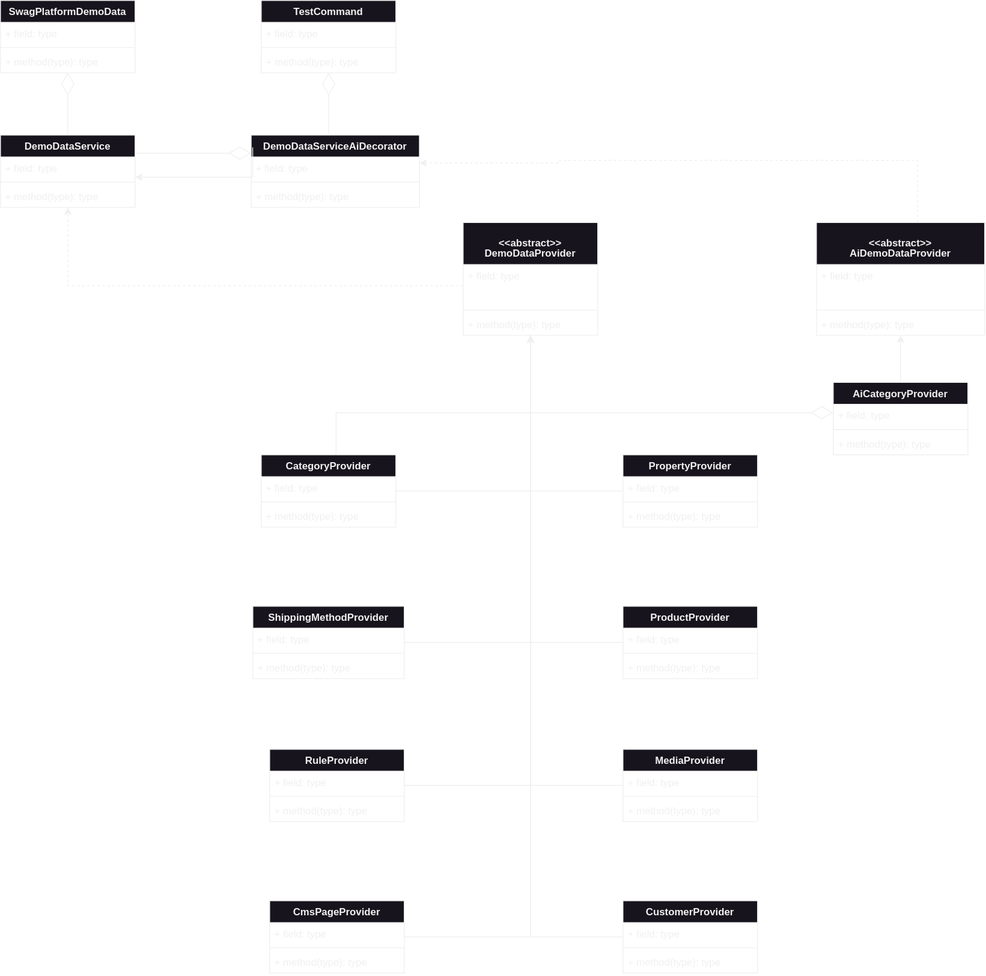
The draw.io diagram dev/DigaADD Class Diagram Decorationg.drawio.svg in ditegra-GmbH/SwagPlatformDemoData, before a commit. Source tidied: cells renumbered, new cells last; positions are measured from the earlier drawing's top-left corner, leaving out a move shared by most shapes.
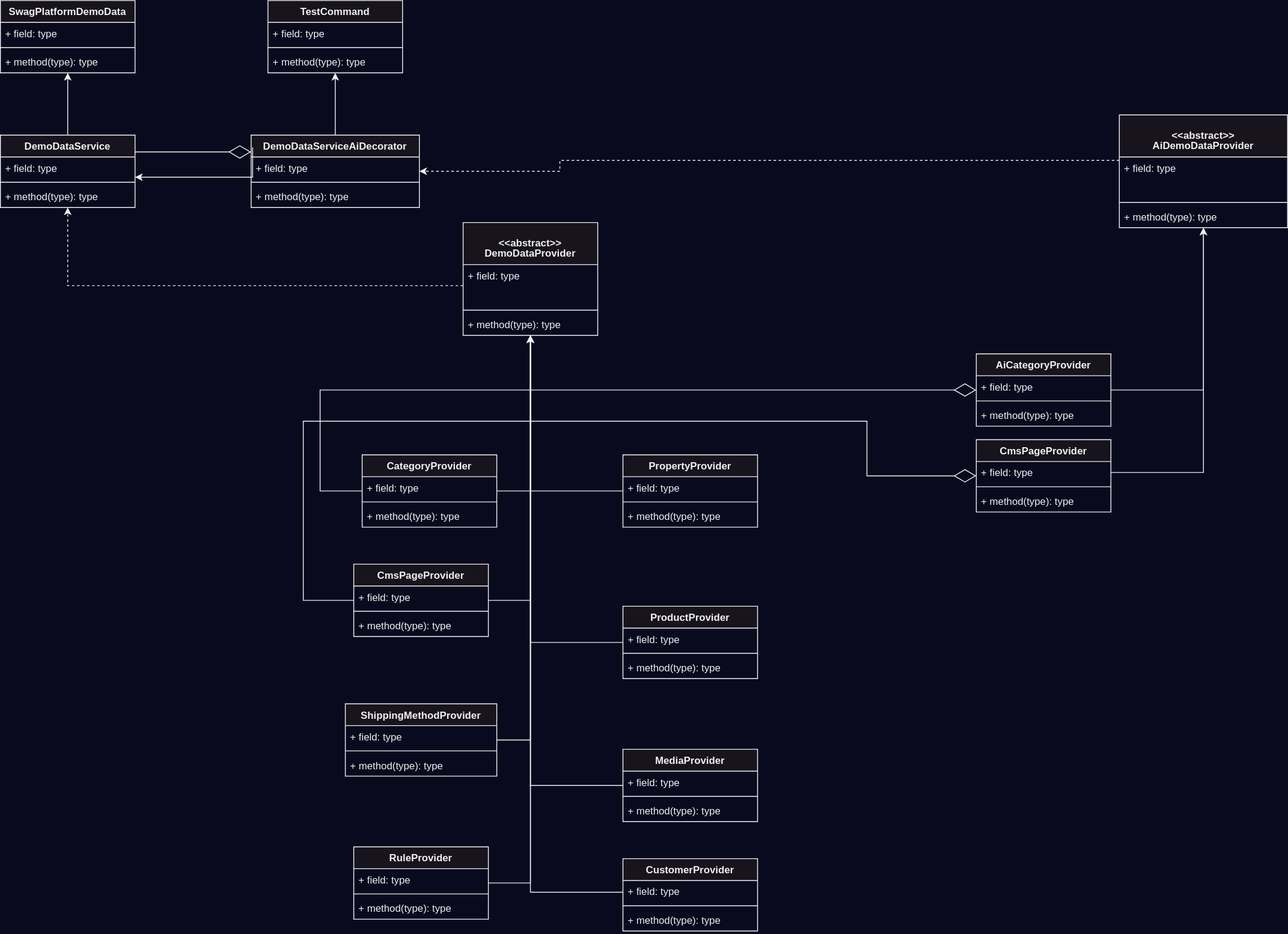
Above is the later version.

Change to the diagram source:
```diff
@@ -14,6 +14,9 @@
     <mxCell id="5" value="+ method(type): type" style="text;strokeColor=none;fillColor=none;align=left;verticalAlign=top;spacingLeft=4;spacingRight=4;overflow=hidden;whiteSpace=wrap;html=1;" parent="2" vertex="1">
       <mxGeometry y="60" width="160" height="26" as="geometry" />
     </mxCell>
+    <mxCell id="69" style="edgeStyle=orthogonalEdgeStyle;rounded=0;jettySize=auto;html=1;" parent="1" edge="1" source="6" target="2">
+      <mxGeometry relative="1" as="geometry" />
+    </mxCell>
     <mxCell id="6" value="DemoDataService" style="swimlane;fontStyle=1;align=center;verticalAlign=top;horizontal=1;startSize=26;whiteSpace=wrap;html=1;" parent="1" vertex="1">
       <mxGeometry y="160" width="160" height="86" as="geometry" />
     </mxCell>
@@ -39,10 +42,14 @@
       <mxGeometry y="108" width="160" height="26" as="geometry" />
     </mxCell>
     <mxCell id="14" style="edgeStyle=orthogonalEdgeStyle;rounded=0;jettySize=auto;html=1;" parent="1" edge="1" source="15" target="10">
-      <mxGeometry relative="1" as="geometry" />
+      <mxGeometry relative="1" as="geometry">
+        <Array as="points">
+          <mxPoint x="630" y="583" />
+        </Array>
+      </mxGeometry>
     </mxCell>
     <mxCell id="15" value="CategoryProvider" style="swimlane;fontStyle=1;align=center;verticalAlign=top;horizontal=1;startSize=26;whiteSpace=wrap;html=1;" parent="1" vertex="1">
-      <mxGeometry x="310" y="540" width="160" height="86" as="geometry" />
+      <mxGeometry x="430" y="540" width="160" height="86" as="geometry" />
     </mxCell>
     <mxCell id="16" value="+ field: type" style="text;strokeColor=none;fillColor=none;align=left;verticalAlign=top;spacingLeft=4;spacingRight=4;overflow=hidden;whiteSpace=wrap;html=1;" parent="15" vertex="1">
       <mxGeometry y="26" width="160" height="26" as="geometry" />
@@ -54,10 +61,14 @@
       <mxGeometry y="60" width="160" height="26" as="geometry" />
     </mxCell>
     <mxCell id="19" style="edgeStyle=orthogonalEdgeStyle;rounded=0;jettySize=auto;html=1;" parent="1" edge="1" source="20" target="10">
-      <mxGeometry relative="1" as="geometry" />
+      <mxGeometry relative="1" as="geometry">
+        <Array as="points">
+          <mxPoint x="630" y="713" />
+        </Array>
+      </mxGeometry>
     </mxCell>
     <mxCell id="20" value="CmsPageProvider" style="swimlane;fontStyle=1;align=center;verticalAlign=top;horizontal=1;startSize=26;whiteSpace=wrap;html=1;" parent="1" vertex="1">
-      <mxGeometry x="320" y="1070" width="160" height="86" as="geometry" />
+      <mxGeometry x="420" y="670" width="160" height="86" as="geometry" />
     </mxCell>
     <mxCell id="21" value="+ field: type" style="text;strokeColor=none;fillColor=none;align=left;verticalAlign=top;spacingLeft=4;spacingRight=4;overflow=hidden;whiteSpace=wrap;html=1;" parent="20" vertex="1">
       <mxGeometry y="26" width="160" height="26" as="geometry" />
@@ -69,10 +80,14 @@
       <mxGeometry y="60" width="160" height="26" as="geometry" />
     </mxCell>
     <mxCell id="24" style="edgeStyle=orthogonalEdgeStyle;rounded=0;jettySize=auto;html=1;" parent="1" edge="1" source="25" target="10">
-      <mxGeometry relative="1" as="geometry" />
+      <mxGeometry relative="1" as="geometry">
+        <Array as="points">
+          <mxPoint x="630" y="1060" />
+        </Array>
+      </mxGeometry>
     </mxCell>
     <mxCell id="25" value="CustomerProvider" style="swimlane;fontStyle=1;align=center;verticalAlign=top;horizontal=1;startSize=26;whiteSpace=wrap;html=1;" parent="1" vertex="1">
-      <mxGeometry x="740" y="1070" width="160" height="86" as="geometry" />
+      <mxGeometry x="740" y="1020" width="160" height="86" as="geometry" />
     </mxCell>
     <mxCell id="26" value="+ field: type" style="text;strokeColor=none;fillColor=none;align=left;verticalAlign=top;spacingLeft=4;spacingRight=4;overflow=hidden;whiteSpace=wrap;html=1;" parent="25" vertex="1">
       <mxGeometry y="26" width="160" height="26" as="geometry" />
@@ -129,10 +144,14 @@
       <mxGeometry y="60" width="160" height="26" as="geometry" />
     </mxCell>
     <mxCell id="44" style="edgeStyle=orthogonalEdgeStyle;rounded=0;jettySize=auto;html=1;" parent="1" edge="1" source="45" target="10">
-      <mxGeometry relative="1" as="geometry" />
+      <mxGeometry relative="1" as="geometry">
+        <Array as="points">
+          <mxPoint x="630" y="1049" />
+        </Array>
+      </mxGeometry>
     </mxCell>
     <mxCell id="45" value="RuleProvider" style="swimlane;fontStyle=1;align=center;verticalAlign=top;horizontal=1;startSize=26;whiteSpace=wrap;html=1;" parent="1" vertex="1">
-      <mxGeometry x="320" y="890" width="160" height="86" as="geometry" />
+      <mxGeometry x="420" y="1006" width="160" height="86" as="geometry" />
     </mxCell>
     <mxCell id="46" value="+ field: type" style="text;strokeColor=none;fillColor=none;align=left;verticalAlign=top;spacingLeft=4;spacingRight=4;overflow=hidden;whiteSpace=wrap;html=1;" parent="45" vertex="1">
       <mxGeometry y="26" width="160" height="26" as="geometry" />
@@ -144,10 +163,14 @@
       <mxGeometry y="60" width="160" height="26" as="geometry" />
     </mxCell>
     <mxCell id="49" style="edgeStyle=orthogonalEdgeStyle;rounded=0;jettySize=auto;html=1;" parent="1" edge="1" source="50" target="10">
-      <mxGeometry relative="1" as="geometry" />
+      <mxGeometry relative="1" as="geometry">
+        <Array as="points">
+          <mxPoint x="630" y="879" />
+        </Array>
+      </mxGeometry>
     </mxCell>
     <mxCell id="50" value="ShippingMethodProvider" style="swimlane;fontStyle=1;align=center;verticalAlign=top;horizontal=1;startSize=26;whiteSpace=wrap;html=1;" parent="1" vertex="1">
-      <mxGeometry x="300" y="720" width="180" height="86" as="geometry" />
+      <mxGeometry x="410" y="836" width="180" height="86" as="geometry" />
     </mxCell>
     <mxCell id="51" value="+ field: type" style="text;strokeColor=none;fillColor=none;align=left;verticalAlign=top;spacingLeft=4;spacingRight=4;overflow=hidden;whiteSpace=wrap;html=1;" parent="50" vertex="1">
       <mxGeometry y="26" width="180" height="26" as="geometry" />
@@ -162,7 +185,7 @@
       <mxGeometry relative="1" as="geometry" />
     </mxCell>
     <mxCell id="55" value="AiCategoryProvider" style="swimlane;fontStyle=1;align=center;verticalAlign=top;horizontal=1;startSize=26;whiteSpace=wrap;html=1;" parent="1" vertex="1">
-      <mxGeometry x="990" y="454" width="160" height="86" as="geometry" />
+      <mxGeometry x="1160" y="420" width="160" height="86" as="geometry" />
     </mxCell>
     <mxCell id="56" value="+ field: type" style="text;strokeColor=none;fillColor=none;align=left;verticalAlign=top;spacingLeft=4;spacingRight=4;overflow=hidden;whiteSpace=wrap;html=1;" parent="55" vertex="1">
       <mxGeometry y="26" width="160" height="26" as="geometry" />
@@ -176,14 +199,14 @@
     <mxCell id="59" style="edgeStyle=orthogonalEdgeStyle;rounded=0;jettySize=auto;html=1;dashed=1;" parent="1" edge="1" source="60" target="65">
       <mxGeometry relative="1" as="geometry">
         <Array as="points">
-          <mxPoint x="1090" y="190" />
+          <mxPoint x="1250" y="190" />
           <mxPoint x="665" y="190" />
           <mxPoint x="665" y="193" />
         </Array>
       </mxGeometry>
     </mxCell>
     <mxCell id="60" value="&lt;p style=&quot;line-height: 100%;&quot;&gt;&amp;lt;&amp;lt;abstract&amp;gt;&amp;gt;&lt;br&gt;AiDemoDataProvider&lt;br&gt;&lt;/p&gt;" style="swimlane;fontStyle=1;align=center;verticalAlign=top;horizontal=1;startSize=50;whiteSpace=wrap;html=1;" parent="1" vertex="1">
-      <mxGeometry x="970" y="264" width="200" height="134" as="geometry" />
+      <mxGeometry x="1330" y="136" width="200" height="134" as="geometry" />
     </mxCell>
     <mxCell id="61" value="+ field: type" style="text;strokeColor=none;fillColor=none;align=left;verticalAlign=top;spacingLeft=4;spacingRight=4;overflow=hidden;whiteSpace=wrap;html=1;" parent="60" vertex="1">
       <mxGeometry y="50" width="200" height="50" as="geometry" />
@@ -197,6 +220,9 @@
     <mxCell id="64" style="edgeStyle=orthogonalEdgeStyle;rounded=0;jettySize=auto;html=1;dashed=1;" parent="1" edge="1" source="11" target="6">
       <mxGeometry relative="1" as="geometry" />
     </mxCell>
+    <mxCell id="76" style="edgeStyle=orthogonalEdgeStyle;rounded=0;jettySize=auto;html=1;" parent="1" edge="1" source="65" target="72">
+      <mxGeometry relative="1" as="geometry" />
+    </mxCell>
     <mxCell id="65" value="DemoDataServiceAiDecorator" style="swimlane;fontStyle=1;align=center;verticalAlign=top;horizontal=1;startSize=26;whiteSpace=wrap;html=1;" parent="1" vertex="1">
       <mxGeometry x="298" y="160" width="200" height="86" as="geometry" />
     </mxCell>
@@ -209,9 +235,6 @@
     <mxCell id="68" value="+ method(type): type" style="text;strokeColor=none;fillColor=none;align=left;verticalAlign=top;spacingLeft=4;spacingRight=4;overflow=hidden;whiteSpace=wrap;html=1;" parent="65" vertex="1">
       <mxGeometry y="60" width="200" height="26" as="geometry" />
     </mxCell>
-    <mxCell id="69" style="endArrow=diamondThin;endFill=0;endSize=24;html=1;rounded=0;edgeStyle=orthogonalEdgeStyle;" parent="1" edge="1" source="6" target="2">
-      <mxGeometry relative="1" as="geometry" />
-    </mxCell>
     <mxCell id="70" style="edgeStyle=orthogonalEdgeStyle;rounded=0;jettySize=auto;html=1;exitX=0.009;exitY=0.17;exitDx=0;exitDy=0;exitPerimeter=0;" parent="1" edge="1" source="65" target="6">
       <mxGeometry relative="1" as="geometry">
         <Array as="points">
@@ -227,7 +250,7 @@
       </mxGeometry>
     </mxCell>
     <mxCell id="72" value="TestCommand" style="swimlane;fontStyle=1;align=center;verticalAlign=top;horizontal=1;startSize=26;whiteSpace=wrap;html=1;" parent="1" vertex="1">
-      <mxGeometry x="310" width="160" height="86" as="geometry" />
+      <mxGeometry x="318" width="160" height="86" as="geometry" />
     </mxCell>
     <mxCell id="73" value="+ field: type" style="text;strokeColor=none;fillColor=none;align=left;verticalAlign=top;spacingLeft=4;spacingRight=4;overflow=hidden;whiteSpace=wrap;html=1;" parent="72" vertex="1">
       <mxGeometry y="26" width="160" height="26" as="geometry" />
@@ -238,20 +261,38 @@
     <mxCell id="75" value="+ method(type): type" style="text;strokeColor=none;fillColor=none;align=left;verticalAlign=top;spacingLeft=4;spacingRight=4;overflow=hidden;whiteSpace=wrap;html=1;" parent="72" vertex="1">
       <mxGeometry y="60" width="160" height="26" as="geometry" />
     </mxCell>
-    <mxCell id="76" style="endArrow=diamondThin;endFill=0;endSize=24;html=1;rounded=0;edgeStyle=orthogonalEdgeStyle;" parent="1" edge="1" source="65" target="72">
-      <mxGeometry relative="1" as="geometry">
-        <Array as="points">
-          <mxPoint x="390" y="130" />
-          <mxPoint x="390" y="130" />
-        </Array>
-      </mxGeometry>
-    </mxCell>
     <mxCell id="77" style="endArrow=diamondThin;endFill=0;endSize=24;html=1;rounded=0;edgeStyle=orthogonalEdgeStyle;" parent="1" edge="1" source="15" target="55">
       <mxGeometry relative="1" as="geometry">
         <Array as="points">
-          <mxPoint x="399" y="490" />
+          <mxPoint x="380" y="583" />
+          <mxPoint x="380" y="463" />
         </Array>
       </mxGeometry>
     </mxCell>
+    <mxCell id="78" value="CmsPageProvider" style="swimlane;fontStyle=1;align=center;verticalAlign=top;horizontal=1;startSize=26;whiteSpace=wrap;html=1;" parent="1" vertex="1">
+      <mxGeometry x="1160" y="522" width="160" height="86" as="geometry" />
+    </mxCell>
+    <mxCell id="79" value="+ field: type" style="text;strokeColor=none;fillColor=none;align=left;verticalAlign=top;spacingLeft=4;spacingRight=4;overflow=hidden;points=[[0,0.5],[1,0.5]];portConstraint=eastwest;whiteSpace=wrap;html=1;" parent="78" vertex="1">
+      <mxGeometry y="26" width="160" height="26" as="geometry" />
+    </mxCell>
+    <mxCell id="80" style="line;strokeWidth=1;fillColor=none;align=left;verticalAlign=middle;spacingTop=-1;spacingLeft=3;spacingRight=3;labelPosition=right;strokeColor=inherit;" parent="78" vertex="1">
+      <mxGeometry y="52" width="160" height="8" as="geometry" />
+    </mxCell>
+    <mxCell id="81" value="+ method(type): type" style="text;strokeColor=none;fillColor=none;align=left;verticalAlign=top;spacingLeft=4;spacingRight=4;overflow=hidden;whiteSpace=wrap;html=1;" parent="78" vertex="1">
+      <mxGeometry y="60" width="160" height="26" as="geometry" />
+    </mxCell>
+    <mxCell id="82" style="endArrow=diamondThin;endFill=0;endSize=24;html=1;rounded=0;edgeStyle=orthogonalEdgeStyle;" parent="1" edge="1" source="20" target="78">
+      <mxGeometry relative="1" as="geometry">
+        <Array as="points">
+          <mxPoint x="360" y="713" />
+          <mxPoint x="360" y="500" />
+          <mxPoint x="1030" y="500" />
+          <mxPoint x="1030" y="565" />
+        </Array>
+      </mxGeometry>
+    </mxCell>
+    <mxCell id="83" style="edgeStyle=orthogonalEdgeStyle;rounded=0;jettySize=auto;html=1;" parent="1" edge="1" source="79" target="60">
+      <mxGeometry relative="1" as="geometry" />
+    </mxCell>
   </root>
 </mxGraphModel>
```
